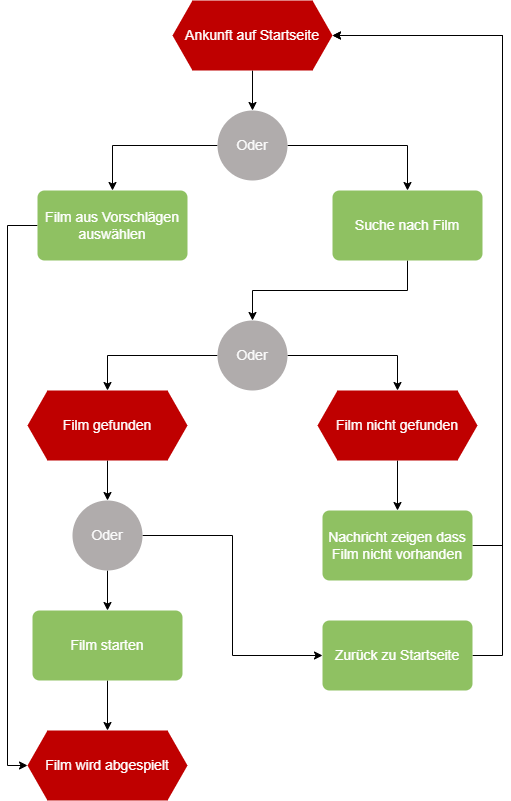
DHBW-FN/tim21-requirementsengineering keeps this draw.io diagram as images/ReQ_MovieSearch_EPK.png. Above is the earlier version. Source tidied: cells renumbered, new cells last; positions are measured from the earlier drawing's top-left corner, leaving out a move shared by most shapes. Its diagram source:
```xml
<mxGraphModel>
  <root>
    <mxCell id="0" />
    <mxCell id="1" parent="0" />
    <mxCell id="2" style="edgeStyle=orthogonalEdgeStyle;rounded=0;jettySize=auto;html=1;entryX=0.5;entryY=0;entryDx=0;entryDy=0;fontColor=#FFFFFF;exitX=0.5;exitY=1;exitDx=0;exitDy=0;" parent="1" edge="1" source="3" target="8">
      <mxGeometry relative="1" as="geometry" />
    </mxCell>
    <mxCell id="3" value="&lt;font color=&quot;#ffffff&quot;&gt;&lt;span style=&quot;font-size: 14px;&quot;&gt;Suche nach Film&lt;/span&gt;&lt;/font&gt;" style="rounded=1;whiteSpace=wrap;html=1;absoluteArcSize=1;arcSize=14;strokeWidth=2;fillColor=#8fc162;strokeColor=none;fontColor=#fbfbfb;" parent="1" vertex="1">
      <mxGeometry x="325" y="190" width="150" height="70" as="geometry" />
    </mxCell>
    <mxCell id="4" style="edgeStyle=orthogonalEdgeStyle;rounded=0;jettySize=auto;html=1;entryX=0.5;entryY=0;entryDx=0;entryDy=0;fontColor=#FFFFFF;" parent="1" edge="1" source="5" target="18">
      <mxGeometry relative="1" as="geometry" />
    </mxCell>
    <mxCell id="5" value="&lt;span style=&quot;font-size: 14px;&quot;&gt;Ankunft auf Startseite&lt;/span&gt;" style="shape=hexagon;perimeter=hexagonPerimeter2;whiteSpace=wrap;html=1;fixedSize=1;fontColor=#FFFFFF;fillColor=#bf0000;strokeColor=none;" parent="1" vertex="1">
      <mxGeometry x="165" width="160" height="70" as="geometry" />
    </mxCell>
    <mxCell id="6" style="edgeStyle=orthogonalEdgeStyle;rounded=0;jettySize=auto;html=1;entryX=0.5;entryY=0;entryDx=0;entryDy=0;fontSize=14;fontColor=#FFFFFF;" parent="1" edge="1" source="8" target="10">
      <mxGeometry relative="1" as="geometry" />
    </mxCell>
    <mxCell id="7" style="edgeStyle=orthogonalEdgeStyle;rounded=0;jettySize=auto;html=1;entryX=0.5;entryY=0;entryDx=0;entryDy=0;fontSize=14;fontColor=#FFFFFF;" parent="1" edge="1" source="8" target="15">
      <mxGeometry relative="1" as="geometry" />
    </mxCell>
    <mxCell id="8" value="&lt;font style=&quot;font-size: 14px;&quot;&gt;Oder&lt;/font&gt;" style="ellipse;whiteSpace=wrap;html=1;fontColor=#fbfbfb;fillColor=#B0acac;strokeColor=none;" parent="1" vertex="1">
      <mxGeometry x="210" y="320" width="70" height="70" as="geometry" />
    </mxCell>
    <mxCell id="9" style="edgeStyle=orthogonalEdgeStyle;rounded=0;jettySize=auto;html=1;entryX=0.5;entryY=0;entryDx=0;entryDy=0;" parent="1" edge="1" source="10" target="25">
      <mxGeometry relative="1" as="geometry" />
    </mxCell>
    <mxCell id="10" value="&lt;font style=&quot;font-size: 14px;&quot;&gt;Film gefunden&lt;/font&gt;" style="shape=hexagon;perimeter=hexagonPerimeter2;whiteSpace=wrap;html=1;fixedSize=1;fontColor=#FFFFFF;fillColor=#bf0000;strokeColor=none;" parent="1" vertex="1">
      <mxGeometry x="20" y="390" width="160" height="70" as="geometry" />
    </mxCell>
    <mxCell id="11" style="edgeStyle=orthogonalEdgeStyle;rounded=0;jettySize=auto;html=1;fontSize=14;fontColor=#FFFFFF;" parent="1" edge="1" source="12" target="13">
      <mxGeometry relative="1" as="geometry" />
    </mxCell>
    <mxCell id="12" value="&lt;font color=&quot;#ffffff&quot;&gt;&lt;span style=&quot;font-size: 14px;&quot;&gt;Film starten&lt;/span&gt;&lt;/font&gt;" style="rounded=1;whiteSpace=wrap;html=1;absoluteArcSize=1;arcSize=14;strokeWidth=2;fillColor=#8fc162;strokeColor=none;fontColor=#fbfbfb;" parent="1" vertex="1">
      <mxGeometry x="25" y="610" width="150" height="70" as="geometry" />
    </mxCell>
    <mxCell id="13" value="&lt;font style=&quot;font-size: 14px;&quot;&gt;Film wird abgespielt&lt;/font&gt;" style="shape=hexagon;perimeter=hexagonPerimeter2;whiteSpace=wrap;html=1;fixedSize=1;fontColor=#FFFFFF;fillColor=#bf0000;strokeColor=none;" parent="1" vertex="1">
      <mxGeometry x="20" y="730" width="160" height="70" as="geometry" />
    </mxCell>
    <mxCell id="14" style="edgeStyle=orthogonalEdgeStyle;rounded=0;jettySize=auto;html=1;entryX=0.5;entryY=0;entryDx=0;entryDy=0;" parent="1" edge="1" source="15" target="22">
      <mxGeometry relative="1" as="geometry" />
    </mxCell>
    <mxCell id="15" value="&lt;font style=&quot;font-size: 14px;&quot;&gt;Film nicht gefunden&lt;/font&gt;" style="shape=hexagon;perimeter=hexagonPerimeter2;whiteSpace=wrap;html=1;fixedSize=1;fontColor=#FFFFFF;fillColor=#bf0000;strokeColor=none;" parent="1" vertex="1">
      <mxGeometry x="310" y="390" width="160" height="70" as="geometry" />
    </mxCell>
    <mxCell id="16" style="edgeStyle=orthogonalEdgeStyle;rounded=0;jettySize=auto;html=1;entryX=0.5;entryY=0;entryDx=0;entryDy=0;" parent="1" edge="1" source="18" target="3">
      <mxGeometry relative="1" as="geometry" />
    </mxCell>
    <mxCell id="17" style="edgeStyle=orthogonalEdgeStyle;rounded=0;jettySize=auto;html=1;entryX=0.5;entryY=0;entryDx=0;entryDy=0;" parent="1" edge="1" source="18" target="20">
      <mxGeometry relative="1" as="geometry" />
    </mxCell>
    <mxCell id="18" value="&lt;font style=&quot;font-size: 14px;&quot;&gt;Oder&lt;/font&gt;" style="ellipse;whiteSpace=wrap;html=1;fontColor=#fbfbfb;fillColor=#B0acac;strokeColor=none;" parent="1" vertex="1">
      <mxGeometry x="210" y="110" width="70" height="70" as="geometry" />
    </mxCell>
    <mxCell id="19" style="edgeStyle=orthogonalEdgeStyle;rounded=0;jettySize=auto;html=1;entryX=0;entryY=0.5;entryDx=0;entryDy=0;exitX=0;exitY=0.5;exitDx=0;exitDy=0;" parent="1" edge="1" source="20" target="13">
      <mxGeometry relative="1" as="geometry">
        <Array as="points">
          <mxPoint y="225" />
          <mxPoint y="765" />
        </Array>
      </mxGeometry>
    </mxCell>
    <mxCell id="20" value="&lt;font color=&quot;#ffffff&quot;&gt;&lt;span style=&quot;font-size: 14px;&quot;&gt;Film aus Vorschlägen auswählen&lt;/span&gt;&lt;/font&gt;" style="rounded=1;whiteSpace=wrap;html=1;absoluteArcSize=1;arcSize=14;strokeWidth=2;fillColor=#8fc162;strokeColor=none;fontColor=#fbfbfb;" parent="1" vertex="1">
      <mxGeometry x="30" y="190" width="150" height="70" as="geometry" />
    </mxCell>
    <mxCell id="21" style="edgeStyle=orthogonalEdgeStyle;rounded=0;jettySize=auto;html=1;entryX=1;entryY=0.5;entryDx=0;entryDy=0;exitX=1;exitY=0.5;exitDx=0;exitDy=0;" parent="1" edge="1" source="22" target="5">
      <mxGeometry relative="1" as="geometry">
        <Array as="points">
          <mxPoint x="495" y="545" />
          <mxPoint x="495" y="35" />
        </Array>
      </mxGeometry>
    </mxCell>
    <mxCell id="22" value="&lt;font color=&quot;#ffffff&quot;&gt;&lt;span style=&quot;font-size: 14px;&quot;&gt;Nachricht zeigen dass Film nicht vorhanden&lt;/span&gt;&lt;/font&gt;" style="rounded=1;whiteSpace=wrap;html=1;absoluteArcSize=1;arcSize=14;strokeWidth=2;fillColor=#8fc162;strokeColor=none;fontColor=#fbfbfb;" parent="1" vertex="1">
      <mxGeometry x="315" y="510" width="150" height="70" as="geometry" />
    </mxCell>
    <mxCell id="23" style="edgeStyle=orthogonalEdgeStyle;rounded=0;jettySize=auto;html=1;" parent="1" edge="1" source="25" target="12">
      <mxGeometry relative="1" as="geometry" />
    </mxCell>
    <mxCell id="24" style="edgeStyle=orthogonalEdgeStyle;rounded=0;jettySize=auto;html=1;entryX=0;entryY=0.5;entryDx=0;entryDy=0;" parent="1" edge="1" source="25" target="27">
      <mxGeometry relative="1" as="geometry" />
    </mxCell>
    <mxCell id="25" value="&lt;font style=&quot;font-size: 14px;&quot;&gt;Oder&lt;/font&gt;" style="ellipse;whiteSpace=wrap;html=1;fontColor=#fbfbfb;fillColor=#B0acac;strokeColor=none;" parent="1" vertex="1">
      <mxGeometry x="65" y="500" width="70" height="70" as="geometry" />
    </mxCell>
    <mxCell id="26" style="edgeStyle=orthogonalEdgeStyle;rounded=0;jettySize=auto;html=1;entryX=1;entryY=0.5;entryDx=0;entryDy=0;exitX=1;exitY=0.5;exitDx=0;exitDy=0;" parent="1" edge="1" source="27" target="5">
      <mxGeometry relative="1" as="geometry">
        <Array as="points">
          <mxPoint x="495" y="655" />
          <mxPoint x="495" y="35" />
        </Array>
      </mxGeometry>
    </mxCell>
    <mxCell id="27" value="&lt;font color=&quot;#ffffff&quot;&gt;&lt;span style=&quot;font-size: 14px;&quot;&gt;Zurück zu Startseite&lt;/span&gt;&lt;/font&gt;" style="rounded=1;whiteSpace=wrap;html=1;absoluteArcSize=1;arcSize=14;strokeWidth=2;fillColor=#8fc162;strokeColor=none;fontColor=#fbfbfb;" parent="1" vertex="1">
      <mxGeometry x="315" y="620" width="150" height="70" as="geometry" />
    </mxCell>
  </root>
</mxGraphModel>
```
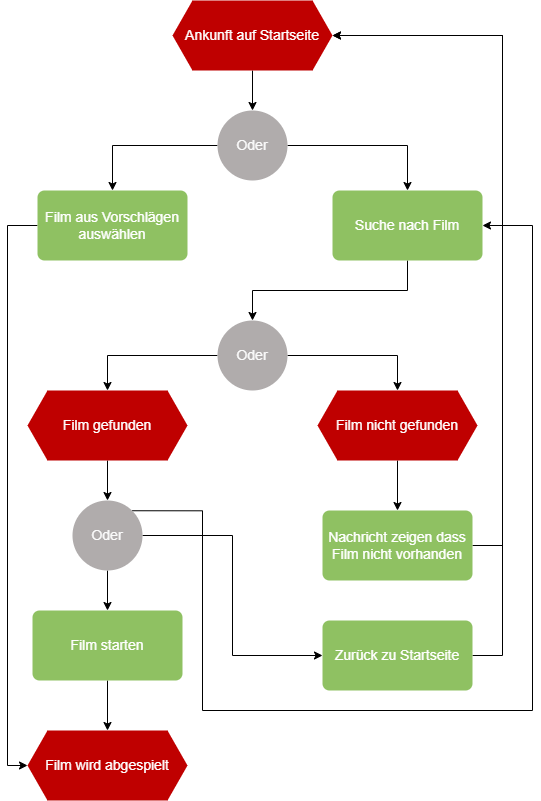
Above is the later version.

Change to the diagram source:
```diff
@@ -81,6 +81,16 @@
     <mxCell id="24" style="edgeStyle=orthogonalEdgeStyle;rounded=0;jettySize=auto;html=1;entryX=0;entryY=0.5;entryDx=0;entryDy=0;" parent="1" edge="1" source="25" target="27">
       <mxGeometry relative="1" as="geometry" />
     </mxCell>
+    <mxCell id="28" style="edgeStyle=orthogonalEdgeStyle;rounded=0;jettySize=auto;html=1;entryX=1;entryY=0.5;entryDx=0;entryDy=0;fontSize=14;fontColor=#000000;exitX=1;exitY=0;exitDx=0;exitDy=0;" parent="1" edge="1" source="25" target="3">
+      <mxGeometry relative="1" as="geometry">
+        <Array as="points">
+          <mxPoint x="195" y="510" />
+          <mxPoint x="195" y="710" />
+          <mxPoint x="525" y="710" />
+          <mxPoint x="525" y="225" />
+        </Array>
+      </mxGeometry>
+    </mxCell>
     <mxCell id="25" value="&lt;font style=&quot;font-size: 14px;&quot;&gt;Oder&lt;/font&gt;" style="ellipse;whiteSpace=wrap;html=1;fontColor=#fbfbfb;fillColor=#B0acac;strokeColor=none;" parent="1" vertex="1">
       <mxGeometry x="65" y="500" width="70" height="70" as="geometry" />
     </mxCell>
```
